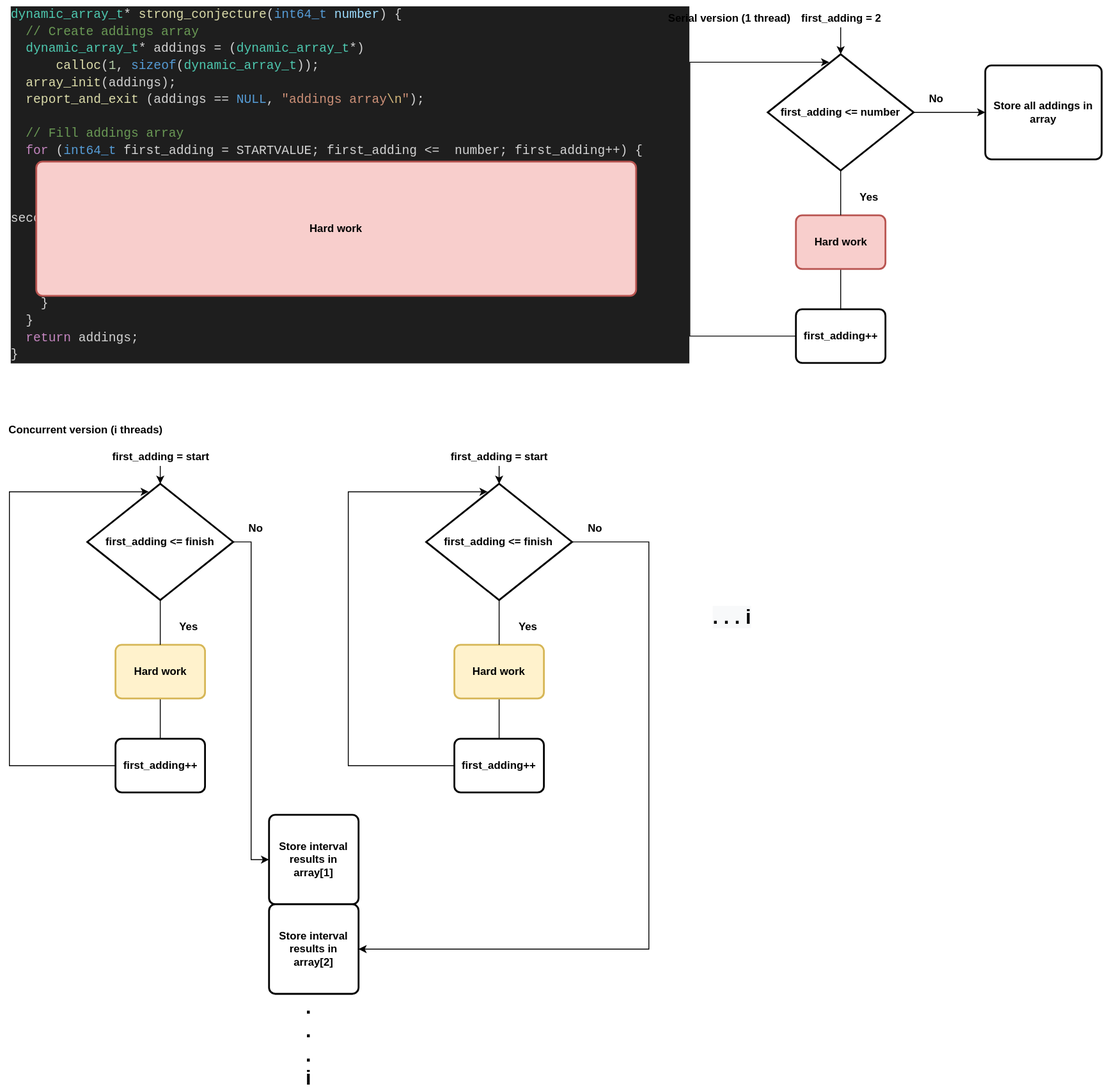
This is goldbach_pthread/design/work_distribution.svg from LeonelCamposM/Goldbach-sConjecture, a draw.io export, as it was before one commit. Source tidied: cells renumbered, new cells last; positions are measured from the earlier drawing's top-left corner, leaving out a move shared by most shapes.
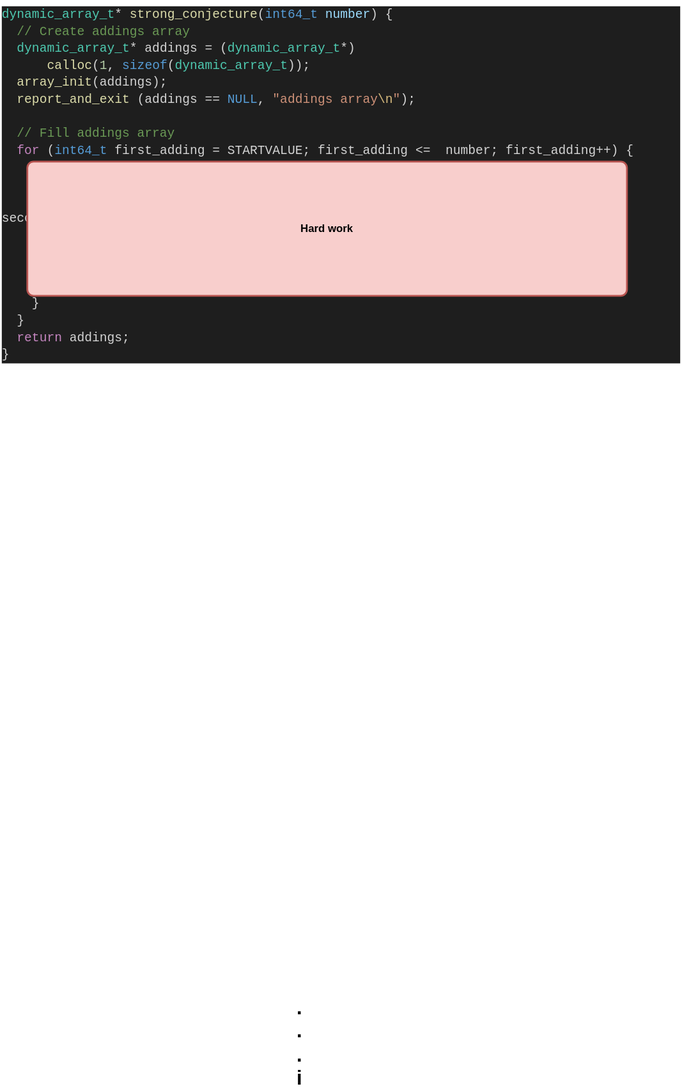
The same file after the commit.

Commit message:
change design img

Change to the diagram source:
```diff
@@ -2,163 +2,14 @@
   <root>
     <mxCell id="0" />
     <mxCell id="1" parent="0" />
-    <mxCell id="2" style="edgeStyle=orthogonalEdgeStyle;rounded=0;jettySize=auto;html=1;entryX=0;entryY=0.5;entryDx=0;entryDy=0;" parent="1" edge="1" source="4" target="39">
-      <mxGeometry relative="1" as="geometry" />
-    </mxCell>
-    <mxCell id="3" style="edgeStyle=orthogonalEdgeStyle;rounded=0;jettySize=auto;html=1;entryX=0.5;entryY=0;entryDx=0;entryDy=0;startArrow=none;" parent="1" edge="1" source="11" target="6">
-      <mxGeometry relative="1" as="geometry">
-        <Array as="points">
-          <mxPoint x="939" y="360" />
-        </Array>
-      </mxGeometry>
-    </mxCell>
-    <mxCell id="4" value="&lt;b&gt;first_adding&lt;/b&gt;&lt;b&gt;&amp;nbsp;&amp;lt;= number&lt;/b&gt;" style="strokeWidth=2;html=1;shape=mxgraph.flowchart.decision;whiteSpace=wrap;" parent="1" vertex="1">
-      <mxGeometry x="857" y="60" width="163" height="130" as="geometry" />
-    </mxCell>
-    <mxCell id="5" style="edgeStyle=orthogonalEdgeStyle;rounded=0;jettySize=auto;html=1;entryX=0.421;entryY=0.069;entryDx=0;entryDy=0;entryPerimeter=0;" parent="1" edge="1" source="6" target="4">
-      <mxGeometry relative="1" as="geometry">
-        <Array as="points">
-          <mxPoint x="770" y="375" />
-          <mxPoint x="770" y="69" />
-        </Array>
-      </mxGeometry>
-    </mxCell>
-    <mxCell id="6" value="&lt;b&gt;first_adding++&lt;/b&gt;" style="rounded=1;whiteSpace=wrap;html=1;absoluteArcSize=1;arcSize=14;strokeWidth=2;" parent="1" vertex="1">
-      <mxGeometry x="888.5" y="345" width="100" height="60" as="geometry" />
-    </mxCell>
-    <mxCell id="7" value="&lt;b&gt;No&lt;/b&gt;" style="text;html=1;align=center;verticalAlign=middle;strokeColor=none;fillColor=none;" parent="1" vertex="1">
-      <mxGeometry x="1030" y="100" width="30" height="20" as="geometry" />
-    </mxCell>
     <mxCell id="8" value="&lt;div style=&quot;color: rgb(212, 212, 212); background-color: rgb(30, 30, 30); font-family: consolas, &amp;quot;courier new&amp;quot;, monospace; font-weight: normal; font-size: 14px; line-height: 19px;&quot;&gt;&lt;div&gt;&lt;span style=&quot;color: #4ec9b0&quot;&gt;dynamic_array_t&lt;/span&gt;&lt;span style=&quot;color: #d4d4d4&quot;&gt;* &lt;/span&gt;&lt;span style=&quot;color: #dcdcaa&quot;&gt;strong_conjecture&lt;/span&gt;&lt;span style=&quot;color: #d4d4d4&quot;&gt;(&lt;/span&gt;&lt;span style=&quot;color: #569cd6&quot;&gt;int64_t&lt;/span&gt;&lt;span style=&quot;color: #d4d4d4&quot;&gt; &lt;/span&gt;&lt;span style=&quot;color: #9cdcfe&quot;&gt;number&lt;/span&gt;&lt;span style=&quot;color: #d4d4d4&quot;&gt;) {&lt;/span&gt;&lt;/div&gt;&lt;div&gt;&lt;span style=&quot;color: #d4d4d4&quot;&gt;&amp;nbsp; &lt;/span&gt;&lt;span style=&quot;color: #6a9955&quot;&gt;// Create addings array&lt;/span&gt;&lt;/div&gt;&lt;div&gt;&lt;span style=&quot;color: #d4d4d4&quot;&gt;&amp;nbsp; &lt;/span&gt;&lt;span style=&quot;color: #4ec9b0&quot;&gt;dynamic_array_t&lt;/span&gt;&lt;span style=&quot;color: #d4d4d4&quot;&gt;* addings = (&lt;/span&gt;&lt;span style=&quot;color: #4ec9b0&quot;&gt;dynamic_array_t&lt;/span&gt;&lt;span style=&quot;color: #d4d4d4&quot;&gt;*)&lt;/span&gt;&lt;/div&gt;&lt;div&gt;&lt;span style=&quot;color: #d4d4d4&quot;&gt;&amp;nbsp; &amp;nbsp; &amp;nbsp; &lt;/span&gt;&lt;span style=&quot;color: #dcdcaa&quot;&gt;calloc&lt;/span&gt;&lt;span style=&quot;color: #d4d4d4&quot;&gt;(&lt;/span&gt;&lt;span style=&quot;color: #b5cea8&quot;&gt;1&lt;/span&gt;&lt;span style=&quot;color: #d4d4d4&quot;&gt;, &lt;/span&gt;&lt;span style=&quot;color: #569cd6&quot;&gt;sizeof&lt;/span&gt;&lt;span style=&quot;color: #d4d4d4&quot;&gt;(&lt;/span&gt;&lt;span style=&quot;color: #4ec9b0&quot;&gt;dynamic_array_t&lt;/span&gt;&lt;span style=&quot;color: #d4d4d4&quot;&gt;));&lt;/span&gt;&lt;/div&gt;&lt;div&gt;&lt;span style=&quot;color: #d4d4d4&quot;&gt;&amp;nbsp; &lt;/span&gt;&lt;span style=&quot;color: #dcdcaa&quot;&gt;array_init&lt;/span&gt;&lt;span style=&quot;color: #d4d4d4&quot;&gt;(addings);&lt;/span&gt;&lt;/div&gt;&lt;div&gt;&lt;span style=&quot;color: #d4d4d4&quot;&gt;&amp;nbsp; &lt;/span&gt;&lt;span style=&quot;color: #dcdcaa&quot;&gt;report_and_exit&lt;/span&gt;&lt;span style=&quot;color: #d4d4d4&quot;&gt; (addings == &lt;/span&gt;&lt;span style=&quot;color: #569cd6&quot;&gt;NULL&lt;/span&gt;&lt;span style=&quot;color: #d4d4d4&quot;&gt;, &lt;/span&gt;&lt;span style=&quot;color: #ce9178&quot;&gt;&quot;addings array&lt;/span&gt;&lt;span style=&quot;color: #d7ba7d&quot;&gt;\n&lt;/span&gt;&lt;span style=&quot;color: #ce9178&quot;&gt;&quot;&lt;/span&gt;&lt;span style=&quot;color: #d4d4d4&quot;&gt;);&lt;/span&gt;&lt;/div&gt;&lt;div&gt;&lt;span style=&quot;color: #d4d4d4&quot;&gt;&amp;nbsp; &lt;/span&gt;&lt;/div&gt;&lt;div&gt;&lt;span style=&quot;color: #d4d4d4&quot;&gt;&amp;nbsp; &lt;/span&gt;&lt;span style=&quot;color: #6a9955&quot;&gt;// Fill addings array&lt;/span&gt;&lt;/div&gt;&lt;div&gt;&lt;span style=&quot;color: #d4d4d4&quot;&gt;&amp;nbsp; &lt;/span&gt;&lt;span style=&quot;color: #c586c0&quot;&gt;for&lt;/span&gt;&lt;span style=&quot;color: #d4d4d4&quot;&gt; (&lt;/span&gt;&lt;span style=&quot;color: #569cd6&quot;&gt;int64_t&lt;/span&gt;&lt;span style=&quot;color: #d4d4d4&quot;&gt; first_adding = STARTVALUE; first_adding &amp;lt;= &amp;nbsp;number; first_adding++) {&lt;/span&gt;&lt;/div&gt;&lt;div&gt;&lt;span style=&quot;color: #d4d4d4&quot;&gt;&amp;nbsp; &amp;nbsp; &lt;/span&gt;&lt;span style=&quot;color: #c586c0&quot;&gt;if&lt;/span&gt;&lt;span style=&quot;color: #d4d4d4&quot;&gt; (&lt;/span&gt;&lt;span style=&quot;color: #dcdcaa&quot;&gt;is_prime&lt;/span&gt;&lt;span style=&quot;color: #d4d4d4&quot;&gt;(first_adding)) {&lt;/span&gt;&lt;/div&gt;&lt;div&gt;&lt;span style=&quot;color: #d4d4d4&quot;&gt;&amp;nbsp; &amp;nbsp; &amp;nbsp; &lt;/span&gt;&lt;span style=&quot;color: #569cd6&quot;&gt;int64_t&lt;/span&gt;&lt;span style=&quot;color: #d4d4d4&quot;&gt; second_adding = number - first_adding;&lt;/span&gt;&lt;/div&gt;&lt;div&gt;&lt;span style=&quot;color: #d4d4d4&quot;&gt;&amp;nbsp; &amp;nbsp; &amp;nbsp; &lt;/span&gt;&lt;span style=&quot;color: #569cd6&quot;&gt;bool&lt;/span&gt;&lt;span style=&quot;color: #d4d4d4&quot;&gt; valid_goldbach_sum = (&lt;/span&gt;&lt;span style=&quot;color: #dcdcaa&quot;&gt;is_prime&lt;/span&gt;&lt;span style=&quot;color: #d4d4d4&quot;&gt;(second_adding) &amp;amp;&amp;amp; first_adding &amp;lt;= second_adding);&lt;/span&gt;&lt;/div&gt;&lt;div&gt;&lt;span style=&quot;color: #d4d4d4&quot;&gt;&amp;nbsp; &amp;nbsp; &amp;nbsp; &lt;/span&gt;&lt;span style=&quot;color: #c586c0&quot;&gt;if&lt;/span&gt;&lt;span style=&quot;color: #d4d4d4&quot;&gt; (valid_goldbach_sum) {&lt;/span&gt;&lt;/div&gt;&lt;div&gt;&lt;span style=&quot;color: #d4d4d4&quot;&gt;&amp;nbsp; &amp;nbsp; &amp;nbsp; &amp;nbsp; &lt;/span&gt;&lt;span style=&quot;color: #dcdcaa&quot;&gt;array_append&lt;/span&gt;&lt;span style=&quot;color: #d4d4d4&quot;&gt;(addings, first_adding);&lt;/span&gt;&lt;/div&gt;&lt;div&gt;&lt;span style=&quot;color: #d4d4d4&quot;&gt;&amp;nbsp; &amp;nbsp; &amp;nbsp; &amp;nbsp; &lt;/span&gt;&lt;span style=&quot;color: #dcdcaa&quot;&gt;array_append&lt;/span&gt;&lt;span style=&quot;color: #d4d4d4&quot;&gt;(addings, second_adding);&lt;/span&gt;&lt;/div&gt;&lt;div&gt;&lt;span style=&quot;color: #d4d4d4&quot;&gt;&amp;nbsp; &amp;nbsp; &amp;nbsp; }&lt;/span&gt;&lt;/div&gt;&lt;div&gt;&lt;span style=&quot;color: #d4d4d4&quot;&gt;&amp;nbsp; &amp;nbsp; }&lt;/span&gt;&lt;/div&gt;&lt;div&gt;&lt;span style=&quot;color: #d4d4d4&quot;&gt;&amp;nbsp; }&lt;/span&gt;&lt;/div&gt;&lt;div&gt;&lt;span style=&quot;color: #d4d4d4&quot;&gt;&amp;nbsp; &lt;/span&gt;&lt;span style=&quot;color: #c586c0&quot;&gt;return&lt;/span&gt;&lt;span style=&quot;color: #d4d4d4&quot;&gt; addings;&lt;/span&gt;&lt;/div&gt;&lt;div&gt;&lt;span style=&quot;color: #d4d4d4&quot;&gt;}&lt;/span&gt;&lt;/div&gt;&lt;/div&gt;" style="text;whiteSpace=wrap;html=1;" parent="1" vertex="1">
       <mxGeometry x="10" width="760" height="390" as="geometry" />
     </mxCell>
     <mxCell id="9" value="&lt;b&gt;Hard work&lt;/b&gt;" style="rounded=1;whiteSpace=wrap;html=1;absoluteArcSize=1;arcSize=14;strokeWidth=2;fillColor=#f8cecc;strokeColor=#b85450;" parent="1" vertex="1">
       <mxGeometry x="40" y="180" width="670" height="150" as="geometry" />
     </mxCell>
-    <mxCell id="10" value="&lt;b&gt;Yes&lt;/b&gt;" style="text;html=1;align=center;verticalAlign=middle;strokeColor=none;fillColor=none;" parent="1" vertex="1">
-      <mxGeometry x="950" y="210" width="40" height="20" as="geometry" />
-    </mxCell>
-    <mxCell id="11" value="&lt;b&gt;Hard work&lt;/b&gt;" style="rounded=1;whiteSpace=wrap;html=1;absoluteArcSize=1;arcSize=14;strokeWidth=2;fillColor=#f8cecc;strokeColor=#b85450;" parent="1" vertex="1">
-      <mxGeometry x="888.5" y="240" width="100" height="60" as="geometry" />
-    </mxCell>
-    <mxCell id="12" style="edgeStyle=orthogonalEdgeStyle;rounded=0;jettySize=auto;html=1;entryX=0.5;entryY=0;entryDx=0;entryDy=0;endArrow=none;" parent="1" edge="1" source="4" target="11">
-      <mxGeometry relative="1" as="geometry" />
-    </mxCell>
-    <mxCell id="13" value="&lt;b&gt;Serial version (1 thread)&lt;/b&gt;" style="text;html=1;align=center;verticalAlign=middle;strokeColor=none;fillColor=none;" parent="1" vertex="1">
-      <mxGeometry x="738.5" y="10" width="150" height="20" as="geometry" />
-    </mxCell>
-    <mxCell id="14" style="edgeStyle=orthogonalEdgeStyle;rounded=0;jettySize=auto;html=1;entryX=0;entryY=0.5;entryDx=0;entryDy=0;" parent="1" edge="1" source="16" target="40">
-      <mxGeometry relative="1" as="geometry" />
-    </mxCell>
-    <mxCell id="15" style="edgeStyle=orthogonalEdgeStyle;rounded=0;jettySize=auto;html=1;entryX=0.5;entryY=0;entryDx=0;entryDy=0;startArrow=none;" parent="1" edge="1" source="21" target="18">
-      <mxGeometry relative="1" as="geometry">
-        <Array as="points">
-          <mxPoint x="179" y="840" />
-        </Array>
-      </mxGeometry>
-    </mxCell>
-    <mxCell id="16" value="&lt;b&gt;first_adding&lt;/b&gt;&lt;b&gt;&amp;nbsp;&amp;lt;= finish&lt;/b&gt;" style="strokeWidth=2;html=1;shape=mxgraph.flowchart.decision;whiteSpace=wrap;" parent="1" vertex="1">
-      <mxGeometry x="97" y="540" width="163" height="130" as="geometry" />
-    </mxCell>
-    <mxCell id="17" style="edgeStyle=orthogonalEdgeStyle;rounded=0;jettySize=auto;html=1;entryX=0.421;entryY=0.069;entryDx=0;entryDy=0;entryPerimeter=0;" parent="1" edge="1" source="18" target="16">
-      <mxGeometry relative="1" as="geometry">
-        <Array as="points">
-          <mxPoint x="10" y="855" />
-          <mxPoint x="10" y="549" />
-        </Array>
-      </mxGeometry>
-    </mxCell>
-    <mxCell id="18" value="&lt;b&gt;first_adding++&lt;/b&gt;" style="rounded=1;whiteSpace=wrap;html=1;absoluteArcSize=1;arcSize=14;strokeWidth=2;" parent="1" vertex="1">
-      <mxGeometry x="128.5" y="825" width="100" height="60" as="geometry" />
-    </mxCell>
-    <mxCell id="19" value="&lt;b&gt;No&lt;/b&gt;" style="text;html=1;align=center;verticalAlign=middle;strokeColor=none;fillColor=none;" parent="1" vertex="1">
-      <mxGeometry x="270" y="580" width="30" height="20" as="geometry" />
-    </mxCell>
-    <mxCell id="20" value="&lt;b&gt;Yes&lt;/b&gt;" style="text;html=1;align=center;verticalAlign=middle;strokeColor=none;fillColor=none;" parent="1" vertex="1">
-      <mxGeometry x="190" y="690" width="40" height="20" as="geometry" />
-    </mxCell>
-    <mxCell id="21" value="&lt;b&gt;Hard work&lt;/b&gt;" style="rounded=1;whiteSpace=wrap;html=1;absoluteArcSize=1;arcSize=14;strokeWidth=2;fillColor=#fff2cc;strokeColor=#d6b656;" parent="1" vertex="1">
-      <mxGeometry x="128.5" y="720" width="100" height="60" as="geometry" />
-    </mxCell>
-    <mxCell id="22" style="edgeStyle=orthogonalEdgeStyle;rounded=0;jettySize=auto;html=1;entryX=0.5;entryY=0;entryDx=0;entryDy=0;endArrow=none;" parent="1" edge="1" source="16" target="21">
-      <mxGeometry relative="1" as="geometry" />
-    </mxCell>
-    <mxCell id="23" value="&lt;b&gt;Concurrent version (i threads)&lt;/b&gt;" style="text;html=1;align=center;verticalAlign=middle;strokeColor=none;fillColor=none;" parent="1" vertex="1">
-      <mxGeometry y="470" width="190" height="20" as="geometry" />
-    </mxCell>
-    <mxCell id="24" style="edgeStyle=orthogonalEdgeStyle;rounded=0;jettySize=auto;html=1;entryX=1;entryY=0.5;entryDx=0;entryDy=0;" parent="1" edge="1" source="26" target="41">
-      <mxGeometry relative="1" as="geometry">
-        <Array as="points">
-          <mxPoint x="724.2" y="605" />
-          <mxPoint x="724.2" y="1060" />
-        </Array>
-      </mxGeometry>
-    </mxCell>
-    <mxCell id="25" style="edgeStyle=orthogonalEdgeStyle;rounded=0;jettySize=auto;html=1;entryX=0.5;entryY=0;entryDx=0;entryDy=0;startArrow=none;" parent="1" edge="1" source="31" target="28">
-      <mxGeometry relative="1" as="geometry">
-        <Array as="points">
-          <mxPoint x="557.5" y="840" />
-        </Array>
-      </mxGeometry>
-    </mxCell>
-    <mxCell id="26" value="&lt;b&gt;first_adding&lt;/b&gt;&lt;b&gt;&amp;nbsp;&amp;lt;= finish&lt;/b&gt;" style="strokeWidth=2;html=1;shape=mxgraph.flowchart.decision;whiteSpace=wrap;" parent="1" vertex="1">
-      <mxGeometry x="475.5" y="540" width="163" height="130" as="geometry" />
-    </mxCell>
-    <mxCell id="27" style="edgeStyle=orthogonalEdgeStyle;rounded=0;jettySize=auto;html=1;entryX=0.421;entryY=0.069;entryDx=0;entryDy=0;entryPerimeter=0;" parent="1" edge="1" source="28" target="26">
-      <mxGeometry relative="1" as="geometry">
-        <Array as="points">
-          <mxPoint x="388.5" y="855" />
-          <mxPoint x="388.5" y="549" />
-        </Array>
-      </mxGeometry>
-    </mxCell>
-    <mxCell id="28" value="&lt;b&gt;first_adding++&lt;/b&gt;" style="rounded=1;whiteSpace=wrap;html=1;absoluteArcSize=1;arcSize=14;strokeWidth=2;" parent="1" vertex="1">
-      <mxGeometry x="507" y="825" width="100" height="60" as="geometry" />
-    </mxCell>
-    <mxCell id="29" value="&lt;b&gt;No&lt;/b&gt;" style="text;html=1;align=center;verticalAlign=middle;strokeColor=none;fillColor=none;" parent="1" vertex="1">
-      <mxGeometry x="648.5" y="580" width="30" height="20" as="geometry" />
-    </mxCell>
-    <mxCell id="30" value="&lt;b&gt;Yes&lt;/b&gt;" style="text;html=1;align=center;verticalAlign=middle;strokeColor=none;fillColor=none;" parent="1" vertex="1">
-      <mxGeometry x="568.5" y="690" width="40" height="20" as="geometry" />
-    </mxCell>
-    <mxCell id="31" value="&lt;b&gt;Hard work&lt;/b&gt;" style="rounded=1;whiteSpace=wrap;html=1;absoluteArcSize=1;arcSize=14;strokeWidth=2;fillColor=#fff2cc;strokeColor=#d6b656;" parent="1" vertex="1">
-      <mxGeometry x="507" y="720" width="100" height="60" as="geometry" />
-    </mxCell>
-    <mxCell id="32" style="edgeStyle=orthogonalEdgeStyle;rounded=0;jettySize=auto;html=1;entryX=0.5;entryY=0;entryDx=0;entryDy=0;endArrow=none;" parent="1" edge="1" source="26" target="31">
-      <mxGeometry relative="1" as="geometry" />
-    </mxCell>
-    <mxCell id="33" style="edgeStyle=orthogonalEdgeStyle;rounded=0;jettySize=auto;html=1;entryX=0.5;entryY=0;entryDx=0;entryDy=0;entryPerimeter=0;" parent="1" edge="1" source="34" target="4">
-      <mxGeometry relative="1" as="geometry" />
-    </mxCell>
-    <mxCell id="34" value="&lt;b&gt;first_adding = 2&lt;/b&gt;" style="text;html=1;align=center;verticalAlign=middle;points=[];strokeColor=none;fillColor=none;" parent="1" vertex="1">
-      <mxGeometry x="888.5" y="10" width="100" height="20" as="geometry" />
-    </mxCell>
-    <mxCell id="35" style="edgeStyle=orthogonalEdgeStyle;rounded=0;jettySize=auto;html=1;" parent="1" edge="1" source="36" target="16">
-      <mxGeometry relative="1" as="geometry" />
-    </mxCell>
-    <mxCell id="36" value="&lt;b&gt;first_adding = start&lt;/b&gt;" style="text;html=1;align=center;verticalAlign=middle;points=[];strokeColor=none;fillColor=none;" parent="1" vertex="1">
-      <mxGeometry x="118.5" y="500" width="120" height="20" as="geometry" />
-    </mxCell>
-    <mxCell id="37" style="edgeStyle=orthogonalEdgeStyle;rounded=0;jettySize=auto;html=1;entryX=0.5;entryY=0;entryDx=0;entryDy=0;entryPerimeter=0;" parent="1" edge="1" source="38" target="26">
-      <mxGeometry relative="1" as="geometry" />
-    </mxCell>
-    <mxCell id="38" value="&lt;b&gt;first_adding = start&lt;/b&gt;" style="text;html=1;align=center;verticalAlign=middle;points=[];strokeColor=none;fillColor=none;" parent="1" vertex="1">
-      <mxGeometry x="497" y="500" width="120" height="20" as="geometry" />
-    </mxCell>
-    <mxCell id="39" value="&lt;b&gt;Store all addings in array&lt;/b&gt;" style="rounded=1;whiteSpace=wrap;html=1;absoluteArcSize=1;arcSize=14;strokeWidth=2;" parent="1" vertex="1">
-      <mxGeometry x="1100" y="72.5" width="130" height="105" as="geometry" />
-    </mxCell>
-    <mxCell id="40" value="&lt;b&gt;Store interval results in array[1]&lt;/b&gt;" style="rounded=1;whiteSpace=wrap;html=1;absoluteArcSize=1;arcSize=14;strokeWidth=2;" parent="1" vertex="1">
-      <mxGeometry x="300" y="910" width="100" height="100" as="geometry" />
-    </mxCell>
-    <mxCell id="41" value="&lt;b&gt;Store interval results in array[2]&lt;/b&gt;" style="rounded=1;whiteSpace=wrap;html=1;absoluteArcSize=1;arcSize=14;strokeWidth=2;" parent="1" vertex="1">
-      <mxGeometry x="300" y="1010" width="100" height="100" as="geometry" />
-    </mxCell>
     <mxCell id="42" value="&lt;b style=&quot;font-size: 22px&quot;&gt;.&lt;br&gt;.&lt;br&gt;.&lt;br&gt;i&lt;br&gt;&lt;/b&gt;" style="text;html=1;align=center;verticalAlign=middle;strokeColor=none;fillColor=none;" parent="1" vertex="1">
       <mxGeometry x="334.2" y="1130" width="20" height="70" as="geometry" />
     </mxCell>
-    <mxCell id="43" value="&lt;b style=&quot;color: rgb(0 , 0 , 0) ; font-family: &amp;#34;helvetica&amp;#34; ; font-style: normal ; letter-spacing: normal ; text-align: center ; text-indent: 0px ; text-transform: none ; word-spacing: 0px ; background-color: rgb(248 , 249 , 250) ; font-size: 22px&quot;&gt;. . . i&lt;/b&gt;" style="text;whiteSpace=wrap;html=1;fontSize=22;" parent="1" vertex="1">
-      <mxGeometry x="794.2" y="670" width="50" height="50" as="geometry" />
-    </mxCell>
   </root>
 </mxGraphModel>
```
